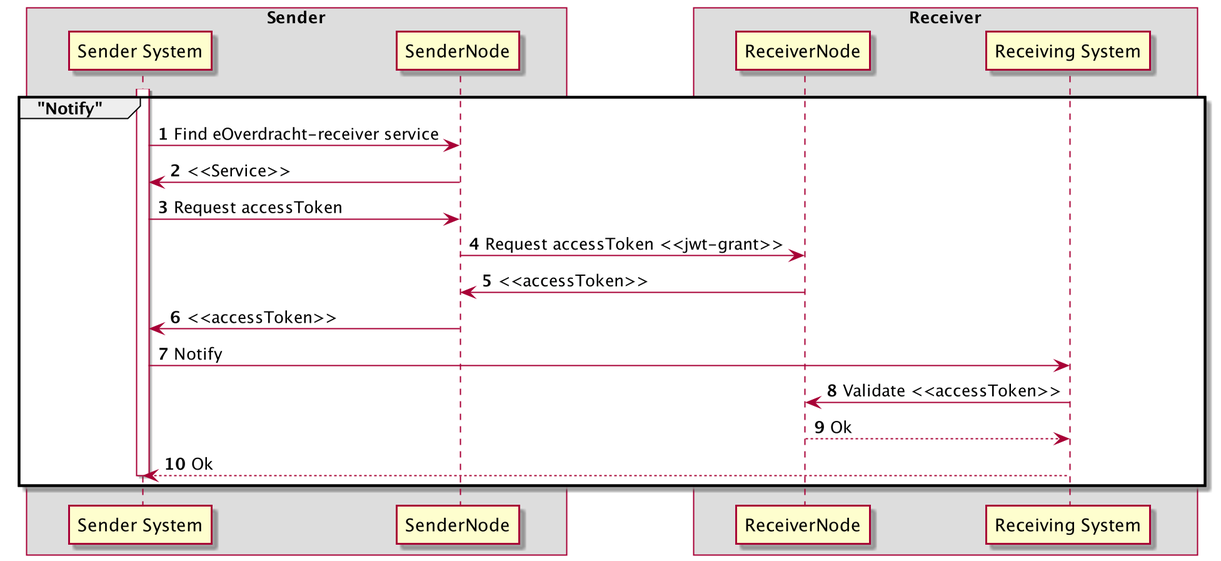
Before: .gitbook/assets/eTransfer-notification.png, a diagram exported from PlantUML (nuts-foundation/bolts). Its source is kept beside it as .gitbook/assets/etransfer-notification.puml.
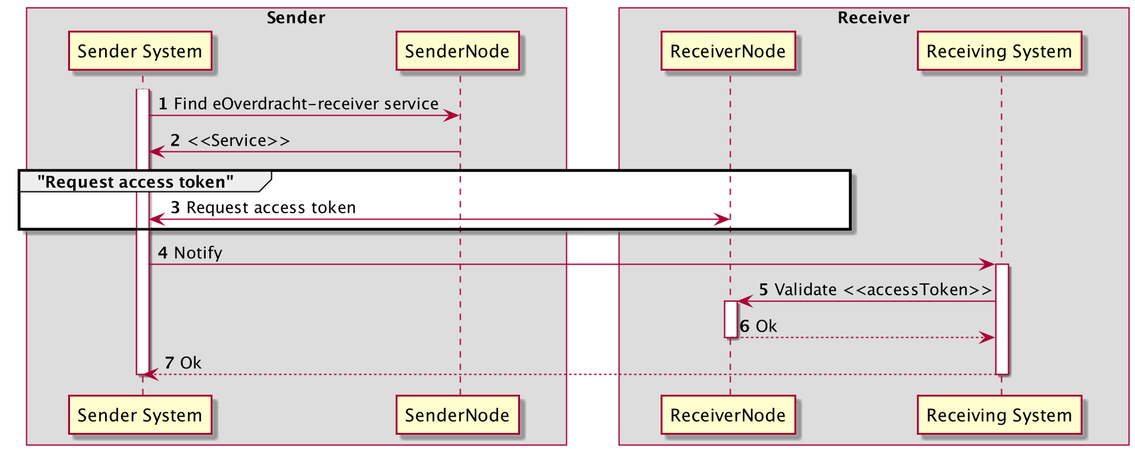
Later version of the same file.

What changed in the source:
```diff
@@ -13,18 +13,21 @@
 end box
 
 activate Sender
-group "Notify"
-  Sender -> SenderNode: Find eOverdracht-receiver service
-  SenderNode -> Sender: <<Service>>
-  Sender -> SenderNode: Request accessToken
-  SenderNode -> ReceiverNode:Request accessToken <<jwt-grant>>
-  ReceiverNode -> SenderNode: <<accessToken>>
-  SenderNode -> Sender: <<accessToken>>
-  Sender -> Receiver: Notify
-  Receiver -> ReceiverNode: Validate <<accessToken>>
-  ReceiverNode --> Receiver: Ok
-  Receiver --> Sender: Ok
-  deactivate Sender
+Sender -> SenderNode: Find eOverdracht-receiver service
+SenderNode -> Sender: <<Service>>
+group "Request access token"
+  Sender <-> ReceiverNode: Request access token
 end
 
+Sender -> Receiver: Notify
+activate Receiver
+Receiver -> ReceiverNode: Validate <<accessToken>>
+activate ReceiverNode
+ReceiverNode --> Receiver: Ok
+deactivate ReceiverNode
+Receiver --> Sender: Ok
+deactivate Receiver
+deactivate Sender
+
+
 @enduml
```
